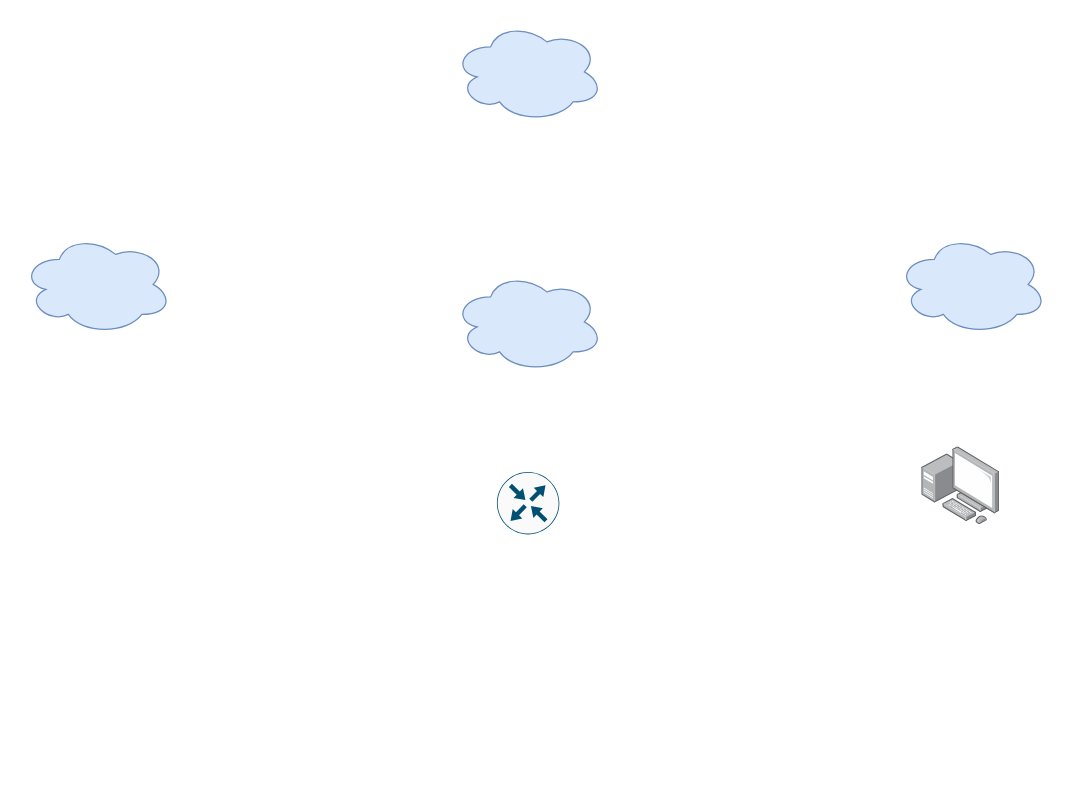
hilaryrobles/SOC-Automation-Lab keeps this draw.io diagram as Untitled Diagram.drawio. Above is the earlier version. Source tidied: cells renumbered, new cells numbered last; positions are measured from the earlier drawing's top-left corner, leaving out a move shared by most shapes. Both pictures are drawn from the tidied source at 125%, with x=0, y=0 at pixel (21, 21).
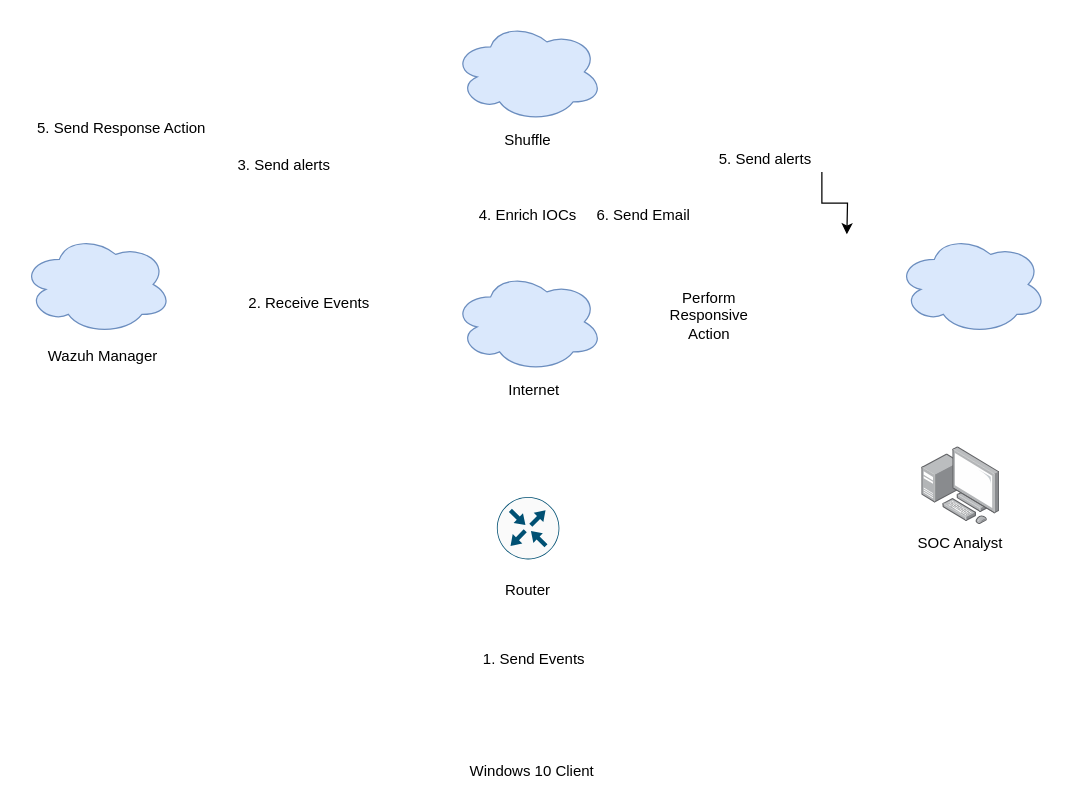
The same page after the edit.

Commit message (it also covers changes not shown here):
Wazuh to SOAR diagram.drawio

Diff of the diagram source:
```diff
@@
     <mxCell id="6" style="sketch=0;verticalLabelPosition=bottom;html=1;verticalAlign=top;align=center;shape=mxgraph.cisco19.rect;prIcon=router;fillColor=#FAFAFA;strokeColor=#005073;" parent="1" vertex="1">
-      <mxGeometry x="380" y="360" width="50" height="50" as="geometry" />
+      <mxGeometry x="380" y="380" width="50" height="50" as="geometry" />
     </mxCell>
@@
+    <mxCell id="8" value="Shuffle" style="text;strokeColor=none;align=center;fillColor=none;html=1;verticalAlign=middle;whiteSpace=wrap;rounded=0;" parent="1" vertex="1">
+      <mxGeometry x="375" y="80" width="60" height="30" as="geometry" />
+    </mxCell>
+    <mxCell id="9" value="3. Send alerts" style="text;strokeColor=none;align=center;fillColor=none;html=1;verticalAlign=middle;whiteSpace=wrap;rounded=0;" parent="1" vertex="1">
+      <mxGeometry x="170" y="100" width="80" height="30" as="geometry" />
+    </mxCell>
+    <mxCell id="10" value="2. Receive Events" style="text;strokeColor=none;align=center;fillColor=none;html=1;verticalAlign=middle;whiteSpace=wrap;rounded=0;" parent="1" vertex="1">
+      <mxGeometry x="180" y="210" width="100" height="30" as="geometry" />
+    </mxCell>
+    <mxCell id="11" value="Wazuh Manager" style="text;strokeColor=none;align=center;fillColor=none;html=1;verticalAlign=middle;whiteSpace=wrap;rounded=0;" parent="1" vertex="1">
+      <mxGeometry x="20" y="255" width="90" height="25" as="geometry" />
+    </mxCell>
+    <mxCell id="12" value="SOC Analyst" style="text;strokeColor=none;align=center;fillColor=none;html=1;verticalAlign=middle;whiteSpace=wrap;rounded=0;" parent="1" vertex="1">
+      <mxGeometry x="711.2" y="402.4" width="80" height="30" as="geometry" />
+    </mxCell>
+    <mxCell id="13" value="Router" style="text;strokeColor=none;align=center;fillColor=none;html=1;verticalAlign=middle;whiteSpace=wrap;rounded=0;" parent="1" vertex="1">
+      <mxGeometry x="375" y="440" width="60" height="30" as="geometry" />
+    </mxCell>
+    <mxCell id="14" value="Internet" style="text;strokeColor=none;align=center;fillColor=none;html=1;verticalAlign=middle;whiteSpace=wrap;rounded=0;" parent="1" vertex="1">
+      <mxGeometry x="380" y="280" width="60" height="30" as="geometry" />
+    </mxCell>
+    <mxCell id="15" value="5. Send Response Action" style="text;strokeColor=none;align=center;fillColor=none;html=1;verticalAlign=middle;whiteSpace=wrap;rounded=0;" parent="1" vertex="1">
+      <mxGeometry x="10" y="70" width="140" height="30" as="geometry" />
+    </mxCell>
+    <mxCell id="16" value="1. Send Events" style="text;strokeColor=none;align=center;fillColor=none;html=1;verticalAlign=middle;whiteSpace=wrap;rounded=0;" parent="1" vertex="1">
+      <mxGeometry x="360" y="500" width="100" height="20" as="geometry" />
+    </mxCell>
+    <mxCell id="17" value="Windows 10 Client&amp;nbsp;" style="text;strokeColor=none;align=center;fillColor=none;html=1;verticalAlign=middle;whiteSpace=wrap;rounded=0;" parent="1" vertex="1">
+      <mxGeometry x="355" y="590" width="110" height="20" as="geometry" />
+    </mxCell>
+    <mxCell id="18" value="Perform Responsive Action" style="text;strokeColor=none;align=center;fillColor=none;html=1;verticalAlign=middle;whiteSpace=wrap;rounded=0;" parent="1" vertex="1">
+      <mxGeometry x="520" y="220" width="60" height="30" as="geometry" />
+    </mxCell>
+    <mxCell id="19" value="4. Enrich IOCs" style="text;strokeColor=none;align=center;fillColor=none;html=1;verticalAlign=middle;whiteSpace=wrap;rounded=0;" parent="1" vertex="1">
+      <mxGeometry x="360" y="140" width="90" height="30" as="geometry" />
+    </mxCell>
+    <mxCell id="20" value="6. Send Email" style="text;strokeColor=none;align=center;fillColor=none;html=1;verticalAlign=middle;whiteSpace=wrap;rounded=0;" parent="1" vertex="1">
+      <mxGeometry x="455" y="140" width="85" height="30" as="geometry" />
+    </mxCell>
+    <mxCell id="21" style="edgeStyle=orthogonalEdgeStyle;rounded=0;jettySize=auto;html=1;exitX=1;exitY=1;exitDx=0;exitDy=0;" parent="1" edge="1" source="22">
+      <mxGeometry relative="1" as="geometry">
+        <mxPoint x="660" y="170" as="targetPoint" />
+      </mxGeometry>
+    </mxCell>
+    <mxCell id="22" value="5. Send alerts" style="text;strokeColor=none;align=center;fillColor=none;html=1;verticalAlign=middle;whiteSpace=wrap;rounded=0;" parent="1" vertex="1">
+      <mxGeometry x="550" y="100" width="90" height="20" as="geometry" />
+    </mxCell>
```
